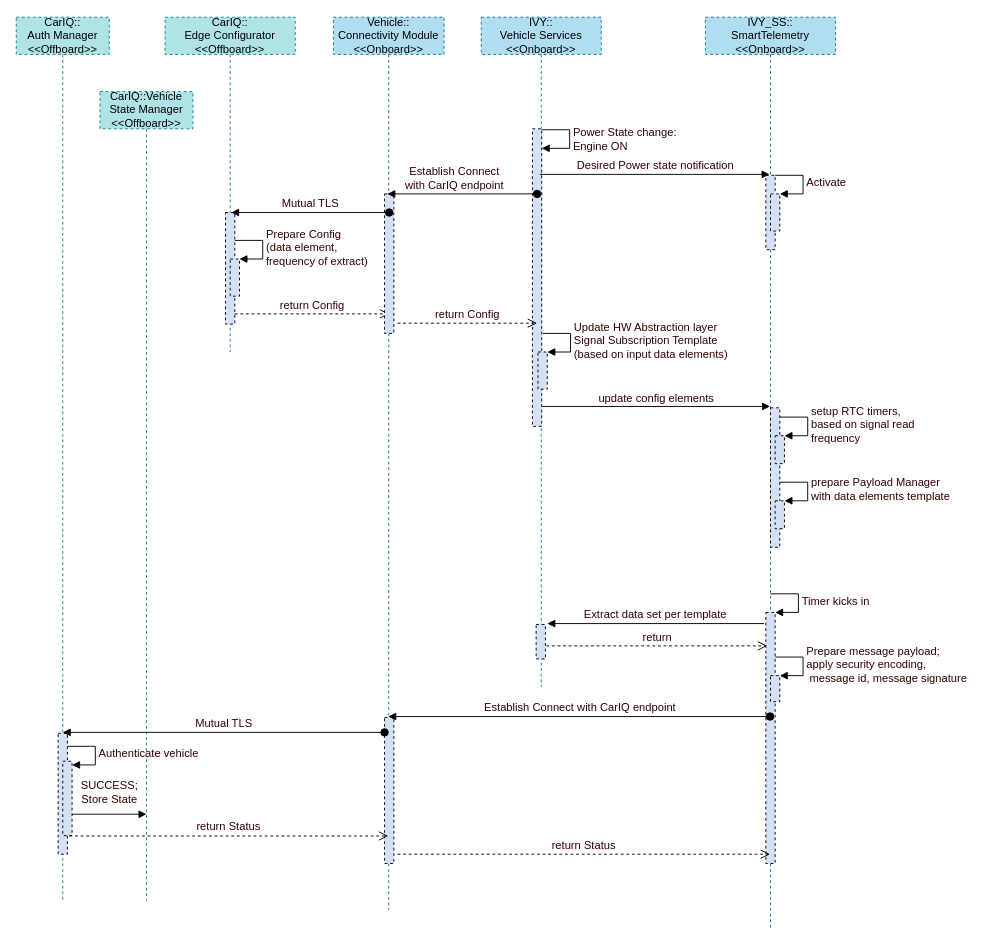
Before: page "Page-3" (3 of 5) of src/main/resources/CarIQ_IVY_Uase_Cases.drawio in subhachat/CodeKata, a draw.io diagram. Source tidied: cells renumbered, new cells numbered last; positions are measured from the earlier drawing's top-left corner, leaving out a move shared by most shapes. Both pictures are drawn from the tidied source at 93%, with x=0, y=0 at pixel (16, 17).
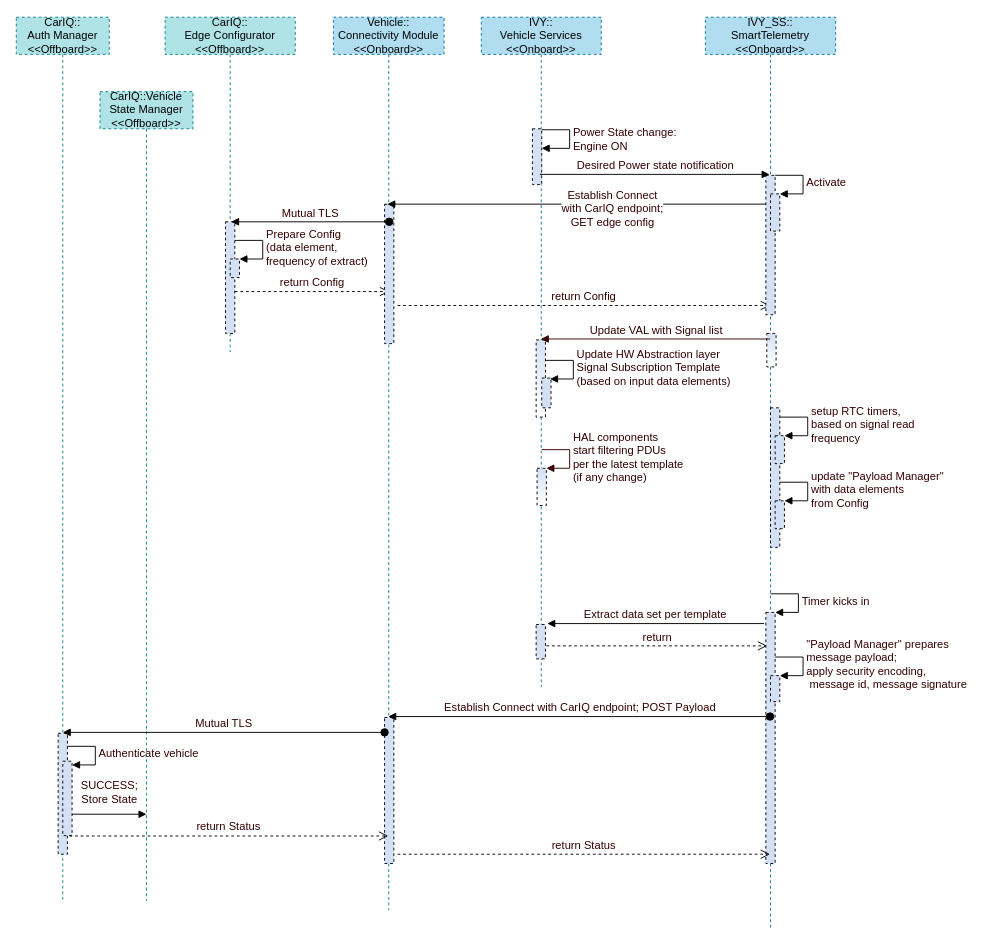
Above is the later version.

The change refers to these unchanged cells:
```xml
<mxCell id="2" value="CarIQ::&lt;br&gt;Edge Configurator&lt;br&gt;&amp;lt;&amp;lt;Offboard&amp;gt;&amp;gt;" style="shape=umlLifeline;perimeter=lifelinePerimeter;whiteSpace=wrap;html=1;glass=0;dashed=1;fontSize=12;fillColor=#b0e3e6;strokeColor=#0e8088;" parent="1" vertex="1">
  <mxGeometry x="160" width="140" height="360" as="geometry" />
</mxCell>
<mxCell id="7" value="Vehicle::&lt;br&gt;Connectivity Module&lt;br&gt;&amp;lt;&amp;lt;Onboard&amp;gt;&amp;gt;" style="shape=umlLifeline;perimeter=lifelinePerimeter;whiteSpace=wrap;html=1;outlineConnect=0;glass=0;dashed=1;fontSize=12;fillColor=#b1ddf0;strokeColor=#10739e;" parent="1" vertex="1">
  <mxGeometry x="341" width="119" height="960" as="geometry" />
</mxCell>
<mxCell id="10" value="IVY::&lt;br&gt;Vehicle Services&lt;br&gt;&amp;lt;&amp;lt;Onboard&amp;gt;&amp;gt;" style="shape=umlLifeline;perimeter=lifelinePerimeter;whiteSpace=wrap;html=1;glass=0;dashed=1;fontSize=12;fillColor=#b1ddf0;strokeColor=#10739e;" parent="1" vertex="1">
  <mxGeometry x="500" width="129" height="720" as="geometry" />
</mxCell>
<mxCell id="20" value="IVY_SS::&lt;br&gt;SmartTelemetry&lt;br&gt;&amp;lt;&amp;lt;Onboard&amp;gt;&amp;gt;" style="shape=umlLifeline;perimeter=lifelinePerimeter;whiteSpace=wrap;html=1;outlineConnect=0;glass=0;dashed=1;fontSize=12;fillColor=#b1ddf0;strokeColor=#10739e;" parent="1" vertex="1">
  <mxGeometry x="741" width="140" height="980" as="geometry" />
</mxCell>
<mxCell id="27" style="html=1;points=[];perimeter=orthogonalPerimeter;glass=0;dashed=1;fontSize=12;fontColor=#330000;fillColor=#D4E1F5;" parent="20" vertex="1">
  <mxGeometry x="75" y="520" width="10" height="30" as="geometry" />
</mxCell>
```

The edit, as a diff of the source:
```diff
@@
     <mxCell id="3" style="html=1;perimeter=orthogonalPerimeter;glass=0;dashed=1;fontSize=12;fontColor=#330000;fillColor=#D4E1F5;" parent="2" vertex="1">
-      <mxGeometry x="65" y="210" width="10" height="120" as="geometry" />
+      <mxGeometry x="65" y="220" width="10" height="120" as="geometry" />
     </mxCell>
     <mxCell id="4" style="html=1;points=[];perimeter=orthogonalPerimeter;glass=0;dashed=1;fontSize=12;fontColor=#330000;fillColor=#D4E1F5;" parent="2" vertex="1">
-      <mxGeometry x="70" y="260" width="10" height="40" as="geometry" />
+      <mxGeometry x="70" y="260" width="10" height="20" as="geometry" />
     </mxCell>
@@
     <mxCell id="6" value="return Config" style="html=1;verticalAlign=bottom;endArrow=open;dashed=1;endSize=8;rounded=0;fontSize=12;fontColor=#330000;" parent="2" edge="1">
       <mxGeometry relative="1" as="geometry">
-        <mxPoint x="75" y="319" as="sourcePoint" />
-        <mxPoint x="241" y="319" as="targetPoint" />
+        <mxPoint x="75" y="295" as="sourcePoint" />
+        <mxPoint x="241" y="295" as="targetPoint" />
       </mxGeometry>
     </mxCell>
@@
     <mxCell id="8" style="html=1;perimeter=orthogonalPerimeter;glass=0;dashed=1;fontSize=12;fontColor=#330000;fillColor=#D4E1F5;" parent="7" vertex="1">
-      <mxGeometry x="55" y="190" width="10" height="150" as="geometry" />
+      <mxGeometry x="55" y="201" width="10" height="150" as="geometry" />
     </mxCell>
@@
+    <mxCell id="46" style="html=1;perimeter=orthogonalPerimeter;shadow=0;glass=0;dashed=1;sketch=0;fontSize=12;fontColor=#330000;fillColor=#D4E1F5;gradientColor=#ffffff;" parent="10" vertex="1">
+      <mxGeometry x="59" y="347" width="10" height="83" as="geometry" />
+    </mxCell>
     <mxCell id="11" style="html=1;points=[];perimeter=orthogonalPerimeter;glass=0;dashed=1;fontSize=12;fontColor=#330000;fillColor=#D4E1F5;" parent="10" vertex="1">
-      <mxGeometry x="55" y="120" width="10" height="320" as="geometry" />
+      <mxGeometry x="55" y="120" width="10" height="60" as="geometry" />
     </mxCell>
@@
     <mxCell id="13" value="return Config" style="html=1;verticalAlign=bottom;endArrow=open;dashed=1;endSize=8;rounded=0;fontSize=12;fontColor=#330000;" parent="10" edge="1">
       <mxGeometry relative="1" as="geometry">
-        <mxPoint x="-90" y="329" as="sourcePoint" />
-        <mxPoint x="60" y="329" as="targetPoint" />
+        <mxPoint x="-90" y="310" as="sourcePoint" />
+        <mxPoint x="310.5" y="310" as="targetPoint" />
       </mxGeometry>
     </mxCell>
     <mxCell id="14" style="html=1;perimeter=orthogonalPerimeter;glass=0;dashed=1;fontSize=12;fontColor=#330000;fillColor=#D4E1F5;" parent="10" vertex="1">
-      <mxGeometry x="61" y="360" width="10" height="40" as="geometry" />
+      <mxGeometry x="65" y="388" width="10" height="32" as="geometry" />
     </mxCell>
     <mxCell id="15" value="Update HW Abstraction layer &lt;br&gt;Signal Subscription Template&lt;br&gt;(based on input data elements)" style="edgeStyle=orthogonalEdgeStyle;html=1;align=left;spacingLeft=2;endArrow=block;rounded=0;entryX=1;entryY=0;fontSize=12;fontColor=#330000;" parent="10" edge="1">
       <mxGeometry relative="1" as="geometry">
-        <mxPoint x="66" y="340" as="sourcePoint" />
-        <mxPoint x="71" y="360" as="targetPoint" />
+        <mxPoint x="69" y="369" as="sourcePoint" />
+        <mxPoint x="74" y="389" as="targetPoint" />
         <Array as="points">
-          <mxPoint x="96" y="340" />
+          <mxPoint x="99" y="369" />
         </Array>
       </mxGeometry>
     </mxCell>
-    <mxCell id="16" value="Establish Connect &lt;br&gt;with CarIQ endpoint" style="html=1;verticalAlign=bottom;startArrow=oval;startFill=1;endArrow=block;startSize=8;rounded=0;fontSize=12;fontColor=#330000;exitX=0.5;exitY=0.875;exitDx=0;exitDy=0;exitPerimeter=0;" parent="10" edge="1">
-      <mxGeometry x="0.1" relative="1" as="geometry">
-        <mxPoint x="60" y="190" as="sourcePoint" />
-        <mxPoint x="-101" y="190" as="targetPoint" />
+    <mxCell id="16" value="Establish Connect &lt;br&gt;with CarIQ endpoint; &lt;br&gt;GET edge config" style="html=1;verticalAlign=bottom;startArrow=oval;startFill=1;endArrow=block;startSize=8;rounded=0;fontSize=12;fontColor=#330000;" parent="10" edge="1">
+      <mxGeometry x="-0.17" y="29" relative="1" as="geometry">
+        <mxPoint x="310.5" y="201" as="sourcePoint" />
+        <mxPoint x="-101" y="201" as="targetPoint" />
+        <mxPoint x="1" as="offset" />
       </mxGeometry>
     </mxCell>
@@
+    <mxCell id="47" style="html=1;points=[];perimeter=orthogonalPerimeter;shadow=0;glass=0;dashed=1;sketch=0;fontSize=12;fontColor=#330000;fillColor=#D4E1F5;gradientColor=#ffffff;" parent="10" vertex="1">
+      <mxGeometry x="60" y="485" width="10" height="40" as="geometry" />
+    </mxCell>
+    <mxCell id="48" value="HAL components &lt;br&gt;start filtering PDUs &lt;br&gt;per the latest template &lt;br&gt;(if any change)" style="edgeStyle=orthogonalEdgeStyle;html=1;align=left;spacingLeft=2;endArrow=block;rounded=0;entryX=1;entryY=0;labelBackgroundColor=#FFFFFF;fontSize=12;fontColor=#330000;strokeColor=#330000;" parent="10" edge="1" target="47">
+      <mxGeometry relative="1" as="geometry">
+        <mxPoint x="65" y="465" as="sourcePoint" />
+        <Array as="points">
+          <mxPoint x="95" y="465" />
+        </Array>
+      </mxGeometry>
+    </mxCell>
     <mxCell id="19" value="Mutual TLS" style="html=1;verticalAlign=bottom;startArrow=oval;startFill=1;endArrow=block;startSize=8;rounded=0;fontSize=12;fontColor=#330000;" parent="1" edge="1">
       <mxGeometry relative="1" as="geometry">
-        <mxPoint x="401" y="210" as="sourcePoint" />
-        <mxPoint x="231" y="210" as="targetPoint" />
+        <mxPoint x="401" y="220" as="sourcePoint" />
+        <mxPoint x="231" y="220" as="targetPoint" />
       </mxGeometry>
     </mxCell>
@@
     <mxCell id="21" style="html=1;perimeter=orthogonalPerimeter;glass=0;dashed=1;fontSize=12;fontColor=#330000;fillColor=#D4E1F5;" parent="20" vertex="1">
-      <mxGeometry x="65" y="170" width="10" height="80" as="geometry" />
+      <mxGeometry x="65" y="170" width="10" height="150" as="geometry" />
     </mxCell>
@@
-    <mxCell id="28" value="prepare Payload Manager &lt;br&gt;with data elements template" style="edgeStyle=orthogonalEdgeStyle;html=1;align=left;spacingLeft=2;endArrow=block;rounded=0;entryX=1;entryY=0;fontSize=12;fontColor=#330000;" parent="20" edge="1" target="27">
+    <mxCell id="28" value="update &quot;Payload Manager&quot;&lt;br&gt;with data elements &lt;br&gt;from Config" style="edgeStyle=orthogonalEdgeStyle;html=1;align=left;spacingLeft=2;endArrow=block;rounded=0;entryX=1;entryY=0;fontSize=12;fontColor=#330000;" parent="20" edge="1" target="27">
       <mxGeometry relative="1" as="geometry">
         <mxPoint x="80" y="500" as="sourcePoint" />
         <Array as="points">
           <mxPoint x="110" y="500" />
         </Array>
       </mxGeometry>
     </mxCell>
@@
-    <mxCell id="32" value="Prepare message payload;&amp;nbsp;&lt;br&gt;apply security encoding,&lt;br&gt;&amp;nbsp;message id,&amp;nbsp;message signature" style="edgeStyle=orthogonalEdgeStyle;html=1;align=left;spacingLeft=2;endArrow=block;rounded=0;entryX=1;entryY=0;fontSize=12;fontColor=#330000;" parent="20" edge="1">
+    <mxCell id="32" value="&quot;Payload Manager&quot; prepares &lt;br&gt;message payload;&amp;nbsp;&lt;br&gt;apply security encoding,&lt;br&gt;&amp;nbsp;message id,&amp;nbsp;message signature" style="edgeStyle=orthogonalEdgeStyle;html=1;align=left;spacingLeft=2;endArrow=block;rounded=0;entryX=1;entryY=0;fontSize=12;fontColor=#330000;" parent="20" edge="1">
       <mxGeometry relative="1" as="geometry">
         <mxPoint x="75" y="688" as="sourcePoint" />
         <mxPoint x="80" y="708" as="targetPoint" />
         <Array as="points">
           <mxPoint x="105" y="688" />
         </Array>
       </mxGeometry>
     </mxCell>
+    <mxCell id="49" style="html=1;perimeter=orthogonalPerimeter;shadow=0;glass=0;dashed=1;sketch=0;fontSize=12;fontColor=#330000;fillColor=#D4E1F5;gradientColor=#ffffff;" parent="20" vertex="1">
+      <mxGeometry x="66" y="340" width="10" height="36" as="geometry" />
+    </mxCell>
@@
-    <mxCell id="34" value="update config elements" style="html=1;verticalAlign=bottom;endArrow=block;rounded=0;fontSize=12;fontColor=#330000;exitX=1.06;exitY=0.933;exitDx=0;exitDy=0;exitPerimeter=0;" parent="1" edge="1" source="11" target="20">
-      <mxGeometry relative="1" as="geometry" />
-    </mxCell>
-    <mxCell id="35" value="Establish Connect with CarIQ endpoint" style="html=1;verticalAlign=bottom;startArrow=oval;startFill=1;endArrow=block;startSize=8;rounded=0;fontSize=12;fontColor=#330000;" parent="1" edge="1">
+    <mxCell id="35" value="Establish Connect with CarIQ endpoint; POST Payload" style="html=1;verticalAlign=bottom;startArrow=oval;startFill=1;endArrow=block;startSize=8;rounded=0;fontSize=12;fontColor=#330000;" parent="1" edge="1">
       <mxGeometry relative="1" as="geometry">
         <mxPoint x="810.5" y="752" as="sourcePoint" />
         <mxPoint x="400" y="752" as="targetPoint" />
       </mxGeometry>
     </mxCell>
@@
+    <mxCell id="50" value="Update VAL with Signal list" style="html=1;verticalAlign=bottom;endArrow=block;rounded=0;labelBackgroundColor=#FFFFFF;fontSize=12;fontColor=#330000;strokeColor=#330000;" parent="1" edge="1">
+      <mxGeometry relative="1" as="geometry">
+        <mxPoint x="810.5" y="346" as="sourcePoint" />
+        <mxPoint x="564" y="346" as="targetPoint" />
+      </mxGeometry>
+    </mxCell>
```
